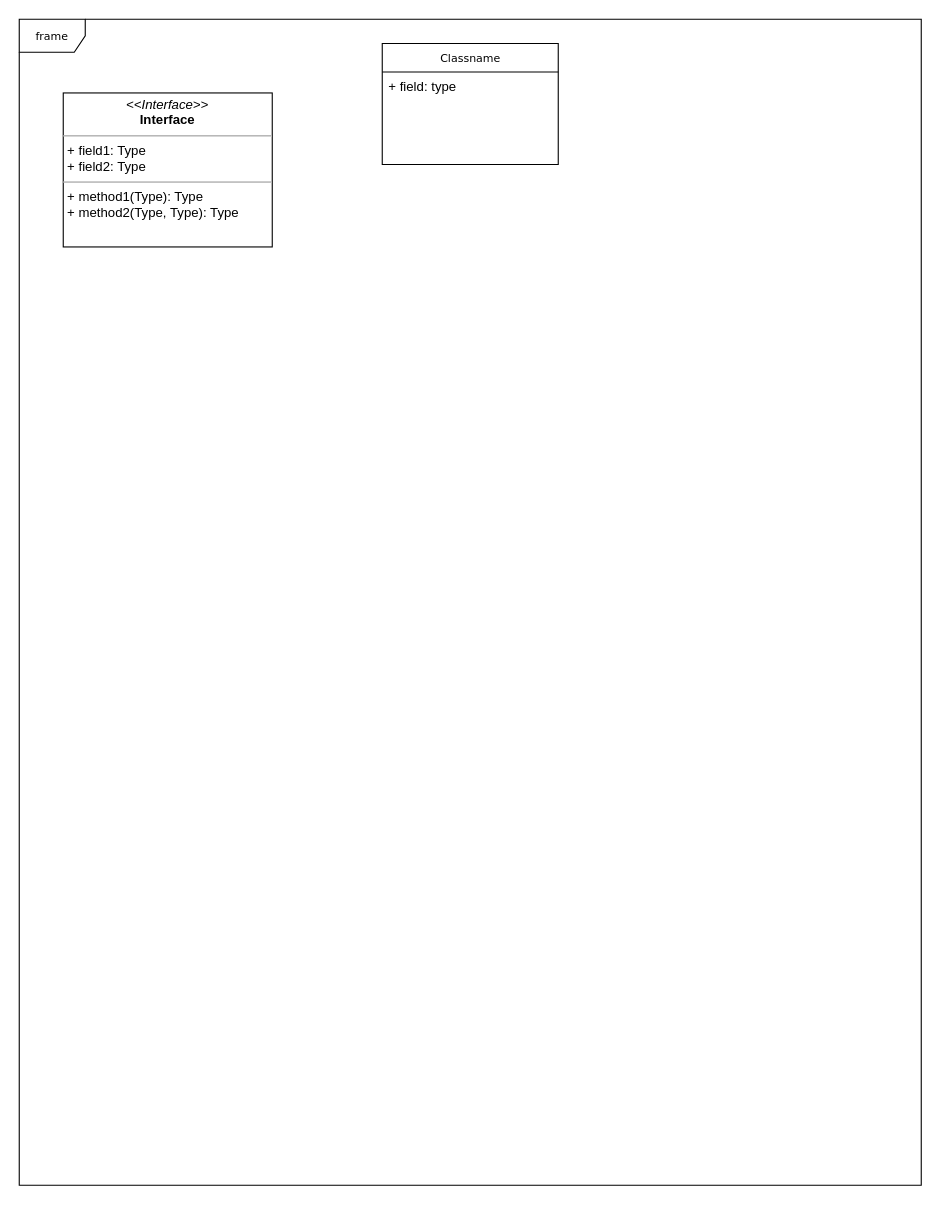
This is Untitled Diagram.drawio from BUAAw-ML/ganbert, a draw.io file, before an edit. Source tidied: cells renumbered, new cells numbered last; positions are measured from the earlier drawing's top-left corner, leaving out a move shared by most shapes. Both pictures are drawn from the tidied source at 110%, with x=0, y=0 at pixel (19, 19).
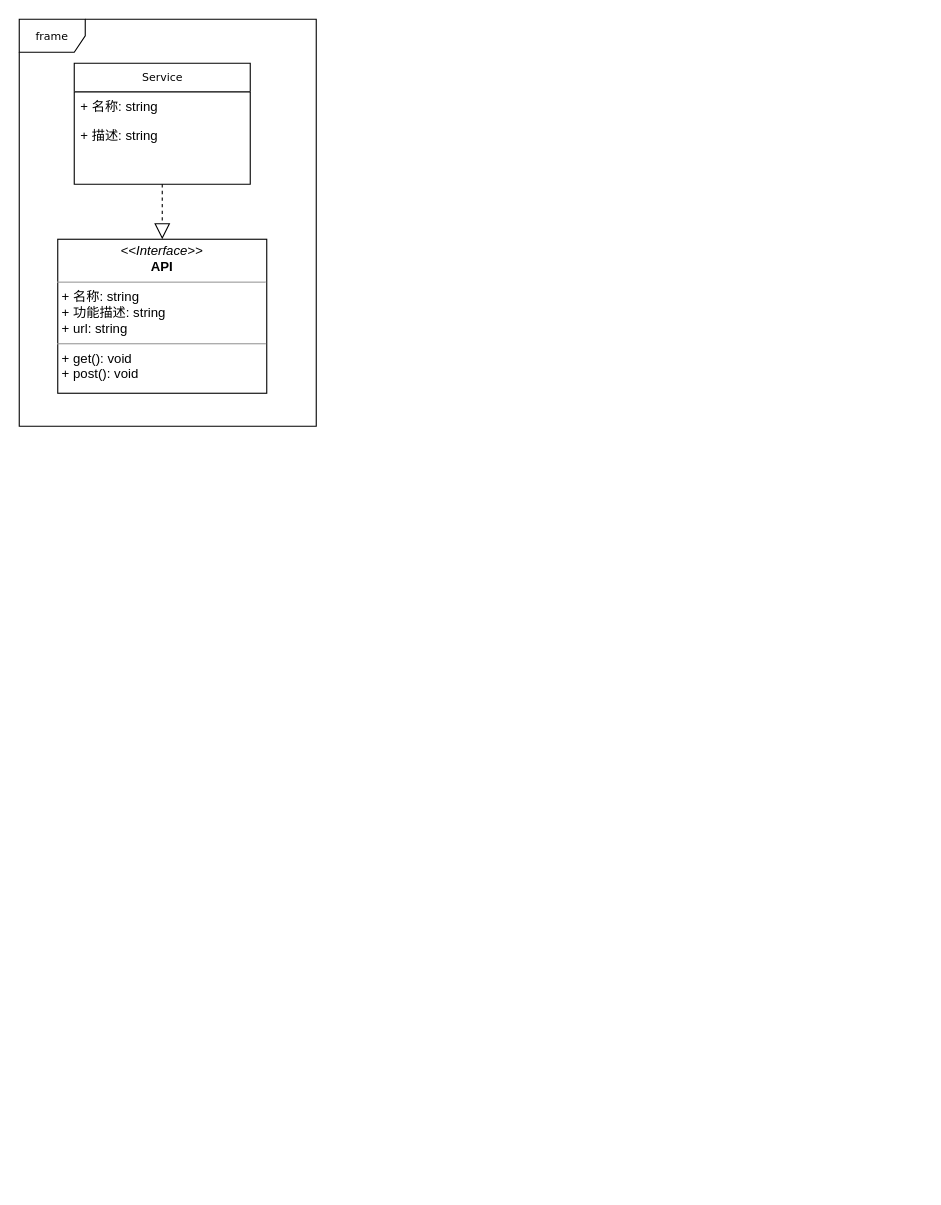
The same page after the edit.

Change to the diagram source:
```diff
@@
 <mxGraphModel background="#ffffff">
   <root>
     <mxCell id="0" />
     <mxCell id="1" parent="0" />
     <mxCell id="2" value="frame" style="shape=umlFrame;whiteSpace=wrap;html=1;rounded=0;shadow=0;comic=0;labelBackgroundColor=none;strokeWidth=1;fontFamily=Verdana;fontSize=10;align=center;" parent="1" vertex="1">
-      <mxGeometry width="820" height="1060" as="geometry" />
+      <mxGeometry width="270" height="370" as="geometry" />
     </mxCell>
-    <mxCell id="3" value="Classname" style="swimlane;html=1;fontStyle=0;horizontal=1;startSize=26;fillColor=none;swimlaneFillColor=#ffffff;rounded=0;shadow=0;comic=0;labelBackgroundColor=none;strokeWidth=1;fontFamily=Verdana;fontSize=10;align=center;" parent="1" vertex="1">
-      <mxGeometry x="330" y="22" width="160" height="110" as="geometry" />
+    <mxCell id="3" value="Service" style="swimlane;html=1;fontStyle=0;horizontal=1;startSize=26;fillColor=none;swimlaneFillColor=#ffffff;rounded=0;shadow=0;comic=0;labelBackgroundColor=none;strokeWidth=1;fontFamily=Verdana;fontSize=10;align=center;" parent="1" vertex="1">
+      <mxGeometry x="50" y="40" width="160" height="110" as="geometry" />
     </mxCell>
-    <mxCell id="4" value="+ field: type" style="text;html=1;strokeColor=none;fillColor=none;align=left;verticalAlign=top;spacingLeft=4;spacingRight=4;whiteSpace=wrap;overflow=hidden;" parent="3" vertex="1">
+    <mxCell id="4" value="+ 名称: string" style="text;html=1;strokeColor=none;fillColor=none;align=left;verticalAlign=top;spacingLeft=4;spacingRight=4;whiteSpace=wrap;overflow=hidden;" parent="3" vertex="1">
       <mxGeometry y="26" width="160" height="26" as="geometry" />
     </mxCell>
+    <mxCell id="6" value="+ 描述: string" style="text;html=1;strokeColor=none;fillColor=none;align=left;verticalAlign=top;spacingLeft=4;spacingRight=4;whiteSpace=wrap;overflow=hidden;" parent="3" vertex="1">
+      <mxGeometry y="52" width="160" height="26" as="geometry" />
+    </mxCell>
-    <mxCell id="5" value="&lt;p style=&quot;margin:0px;margin-top:4px;text-align:center;&quot;&gt;&lt;i&gt;&amp;lt;&amp;lt;Interface&amp;gt;&amp;gt;&lt;/i&gt;&lt;br/&gt;&lt;b&gt;Interface&lt;/b&gt;&lt;/p&gt;&lt;hr size=&quot;1&quot;/&gt;&lt;p style=&quot;margin:0px;margin-left:4px;&quot;&gt;+ field1: Type&lt;br/&gt;+ field2: Type&lt;/p&gt;&lt;hr size=&quot;1&quot;/&gt;&lt;p style=&quot;margin:0px;margin-left:4px;&quot;&gt;+ method1(Type): Type&lt;br/&gt;+ method2(Type, Type): Type&lt;/p&gt;" style="verticalAlign=top;align=left;overflow=fill;fontSize=12;fontFamily=Helvetica;html=1;rounded=0;shadow=0;comic=0;labelBackgroundColor=none;strokeWidth=1;" parent="1" vertex="1">
-      <mxGeometry x="40" y="67" width="190" height="140" as="geometry" />
+    <mxCell id="5" value="&lt;p style=&quot;margin: 0px ; margin-top: 4px ; text-align: center&quot;&gt;&lt;i&gt;&amp;lt;&amp;lt;Interface&amp;gt;&amp;gt;&lt;/i&gt;&lt;br&gt;&lt;b&gt;API&lt;/b&gt;&lt;/p&gt;&lt;hr size=&quot;1&quot;&gt;&lt;p style=&quot;margin: 0px ; margin-left: 4px&quot;&gt;+ 名称: string&lt;br&gt;+ 功能描述: string&lt;/p&gt;&lt;p style=&quot;margin: 0px ; margin-left: 4px&quot;&gt;+ url: string&lt;/p&gt;&lt;hr size=&quot;1&quot;&gt;&lt;p style=&quot;margin: 0px ; margin-left: 4px&quot;&gt;+ get(): void&lt;br&gt;+ post(): void&lt;/p&gt;" style="verticalAlign=top;align=left;overflow=fill;fontSize=12;fontFamily=Helvetica;html=1;rounded=0;shadow=0;comic=0;labelBackgroundColor=none;strokeWidth=1;" parent="1" vertex="1">
+      <mxGeometry x="35" y="200" width="190" height="140" as="geometry" />
     </mxCell>
+    <mxCell id="7" style="endArrow=block;dashed=1;endFill=0;endSize=12;html=1;entryX=0.5;entryY=0;entryDx=0;entryDy=0;" parent="1" edge="1" source="3" target="5">
+      <mxGeometry relative="1" as="geometry" />
+    </mxCell>
   </root>
 </mxGraphModel>
```
